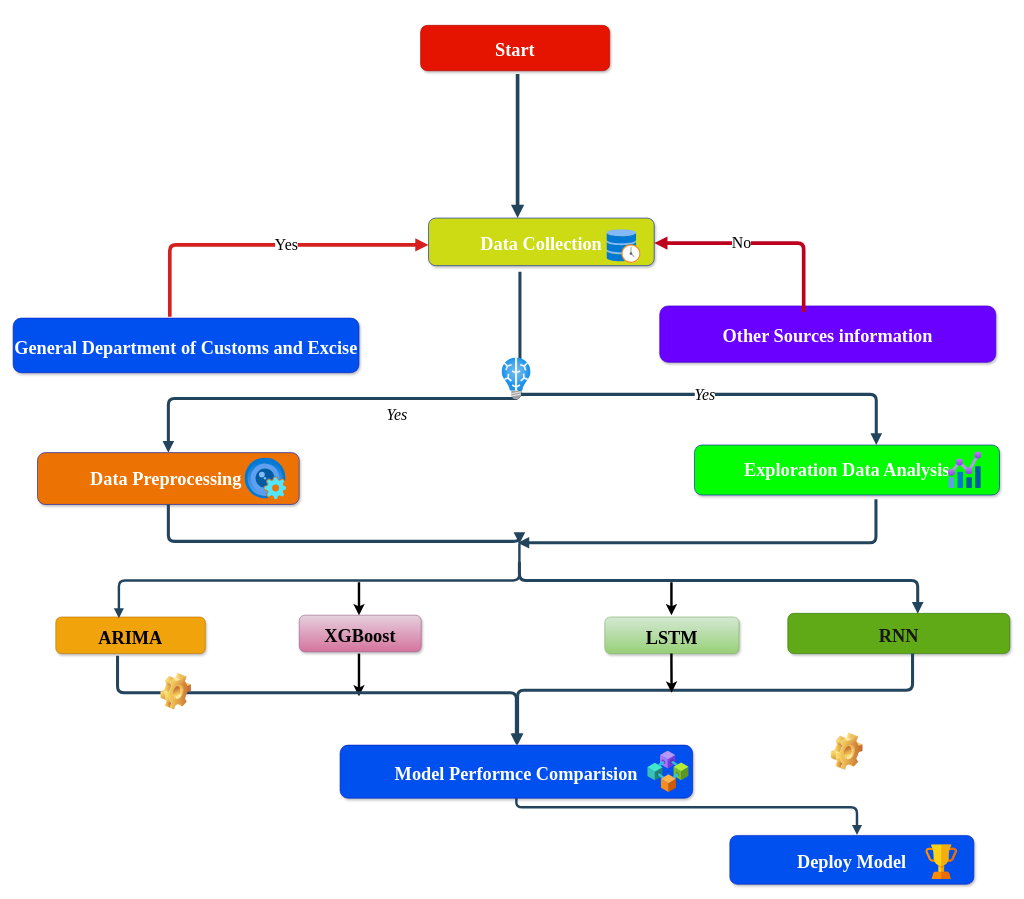
Danut168/Advertistiing-Bugdet-and-Sales keeps this draw.io diagram as page "Page-1" (1 of 3) of Untitled Diagram.drawio. Above is the earlier version. Source tidied: cells renumbered, new cells numbered last; positions are measured from the earlier drawing's top-left corner, leaving out a move shared by most shapes. Both pictures are drawn from the tidied source at 61%, with x=0, y=0 at pixel (13, 25).
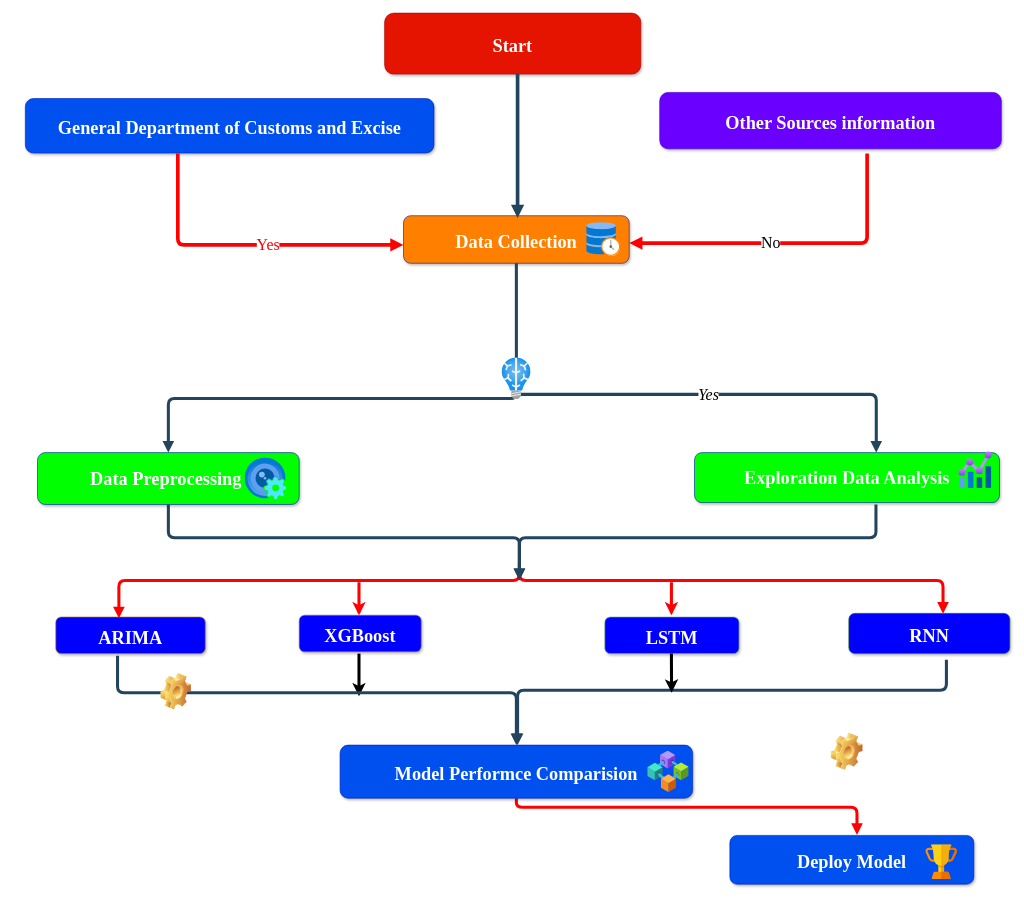
The same diagram, later.

Unchanged cells that the change refers to:
```xml
<mxCell id="20" value="Model Performce Comparision" style="rounded=1;fillColor=#0050ef;strokeColor=#001DBC;shadow=1;fontStyle=1;fontColor=#ffffff;fontSize=30;fontFamily=Times New Roman;" parent="1" vertex="1">
  <mxGeometry x="536" y="1180" width="578" height="87" as="geometry" />
</mxCell>
```

Change to the diagram source:
```diff
@@
     <mxCell id="2" value="General Department of Customs and Excise" style="rounded=1;fillColor=#0050ef;strokeColor=#001DBC;shadow=1;fontStyle=1;fontColor=#ffffff;fontSize=30;fontFamily=Times New Roman;" parent="1" vertex="1">
-      <mxGeometry y="480" width="567" height="89.5" as="geometry" />
+      <mxGeometry x="20" y="120" width="670" height="89.5" as="geometry" />
     </mxCell>
-    <mxCell id="3" value="ARIMA" style="rounded=1;fillColor=#f0a30a;strokeColor=#BD7000;shadow=1;fontStyle=1;fontColor=#000000;fontSize=30;fontFamily=Times New Roman;" parent="1" vertex="1">
+    <mxCell id="3" value="ARIMA" style="rounded=1;fillColor=#0000ff;strokeColor=#BD7000;shadow=1;fontStyle=1;fontColor=#ffffff;fontSize=30;fontFamily=Times New Roman;" parent="1" vertex="1">
       <mxGeometry x="70" y="970" width="245" height="60" as="geometry" />
     </mxCell>
-    <mxCell id="4" value="RNN" style="rounded=1;fillColor=#60a917;strokeColor=#2D7600;shadow=1;fontStyle=1;fontColor=#181616;fontSize=30;fontFamily=Times New Roman;" parent="1" vertex="1">
-      <mxGeometry x="1270" y="964" width="364" height="66" as="geometry" />
+    <mxCell id="4" value="RNN" style="rounded=1;fillColor=#0000ff;strokeColor=#2D7600;shadow=1;fontStyle=1;fontColor=#ffffff;fontSize=30;fontFamily=Times New Roman;" parent="1" vertex="1">
+      <mxGeometry x="1370" y="964" width="264" height="66" as="geometry" />
     </mxCell>
@@
     <mxCell id="6" value="Start" style="rounded=1;shadow=1;fontStyle=1;fontSize=30;fillColor=#e51400;fillStyle=auto;fontFamily=Times New Roman;fontColor=#ffffff;strokeColor=#B20000;" parent="1" vertex="1">
-      <mxGeometry x="668" width="310" height="74.5" as="geometry" />
+      <mxGeometry x="609" y="-20" width="420" height="100" as="geometry" />
     </mxCell>
-    <mxCell id="7" value="Data Collection" style="rounded=1;fillColor=#ccdb13;strokeColor=#001DBC;shadow=1;fontStyle=1;fontColor=#ffffff;fontSize=30;fontFamily=Times New Roman;" parent="1" vertex="1">
-      <mxGeometry x="681" y="316" width="370" height="78" as="geometry" />
+    <mxCell id="7" value="Data Collection" style="rounded=1;fillColor=#ff8000;strokeColor=#001DBC;shadow=1;fontStyle=1;fontColor=#ffffff;fontSize=30;fontFamily=Times New Roman;" parent="1" vertex="1">
+      <mxGeometry x="640" y="312.1" width="370" height="78" as="geometry" />
     </mxCell>
     <mxCell id="8" value="Other Sources information" style="rounded=1;fillColor=#6a00ff;strokeColor=#3700CC;shadow=1;fontStyle=1;fontColor=#ffffff;fontSize=30;fontFamily=Times New Roman;" parent="1" vertex="1">
-      <mxGeometry x="1060" y="460" width="551" height="92.5" as="geometry" />
+      <mxGeometry x="1060" y="110" width="560" height="92.5" as="geometry" />
     </mxCell>
@@
-    <mxCell id="10" style="edgeStyle=elbowEdgeStyle;elbow=vertical;strokeWidth=6;endArrow=block;endFill=1;fontStyle=1;strokeColor=#bd001c;flowAnimation=1;fillColor=#0050ef;" parent="1" edge="1" target="7">
+    <mxCell id="10" style="edgeStyle=elbowEdgeStyle;elbow=vertical;strokeWidth=6;endArrow=block;endFill=1;fontStyle=1;strokeColor=#ff0000;flowAnimation=1;fillColor=#0050ef;" parent="1" edge="1" target="7">
       <mxGeometry x="22" y="165.5" as="geometry">
-        <mxPoint x="1296" y="470" as="sourcePoint" />
+        <mxPoint x="1400" y="210" as="sourcePoint" />
         <Array as="points">
           <mxPoint x="1141" y="357" />
         </Array>
       </mxGeometry>
     </mxCell>
@@
-    <mxCell id="12" style="edgeStyle=elbowEdgeStyle;elbow=vertical;strokeWidth=6;endArrow=block;endFill=1;fontStyle=1;strokeColor=#d61f1f;flowAnimation=1;shadow=0;textShadow=0;exitX=0.453;exitY=-0.025;exitDx=0;exitDy=0;exitPerimeter=0;" parent="1" edge="1" source="2" target="7">
+    <mxCell id="12" style="edgeStyle=elbowEdgeStyle;elbow=vertical;strokeWidth=6;endArrow=block;endFill=1;fontStyle=1;strokeColor=#ff0000;flowAnimation=1;shadow=0;textShadow=0;" parent="1" edge="1" target="7">
       <mxGeometry x="22" y="165.5" as="geometry">
+        <mxPoint x="270" y="210" as="sourcePoint" />
         <Array as="points">
           <mxPoint x="608" y="360" />
           <mxPoint x="580" y="363" />
           <mxPoint x="832" y="470" />
         </Array>
       </mxGeometry>
     </mxCell>
-    <mxCell id="13" value="&lt;font style=&quot;font-size: 26px;&quot; face=&quot;Times New Roman&quot;&gt;Yes&lt;/font&gt;" style="edgeLabel;html=1;align=center;verticalAlign=middle;" parent="12" vertex="1">
+    <mxCell id="13" value="&lt;font color=&quot;#ff0000&quot; style=&quot;font-size: 26px;&quot; face=&quot;Times New Roman&quot;&gt;Yes&lt;/font&gt;" style="edgeLabel;html=1;align=center;verticalAlign=middle;" parent="12" vertex="1">
       <mxGeometry relative="1" as="geometry">
         <mxPoint x="37" y="-1" as="offset" />
       </mxGeometry>
     </mxCell>
-    <mxCell id="14" style="edgeStyle=elbowEdgeStyle;elbow=vertical;strokeWidth=4;endArrow=block;endFill=1;fontStyle=1;strokeColor=#23445D;flowAnimation=1;entryX=0.422;entryY=0.035;entryDx=0;entryDy=0;entryPerimeter=0;" parent="1" edge="1" target="3">
+    <mxCell id="14" style="edgeStyle=elbowEdgeStyle;elbow=vertical;strokeWidth=5;endArrow=block;endFill=1;fontStyle=1;strokeColor=#ff0000;flowAnimation=1;entryX=0.422;entryY=0.035;entryDx=0;entryDy=0;entryPerimeter=0;" parent="1" edge="1" target="3">
       <mxGeometry x="22" y="165.5" as="geometry">
         <mxPoint x="830" y="849" as="sourcePoint" />
         <Array as="points">
           <mxPoint x="500" y="910" />
         </Array>
       </mxGeometry>
     </mxCell>
-    <mxCell id="15" style="edgeStyle=elbowEdgeStyle;elbow=vertical;strokeWidth=4;endArrow=block;endFill=1;fontStyle=1;strokeColor=#23445D;flowAnimation=1;entryX=0.586;entryY=-0.009;entryDx=0;entryDy=0;entryPerimeter=0;exitX=0.5;exitY=1;exitDx=0;exitDy=0;" parent="1" edge="1" source="20">
+    <mxCell id="15" style="edgeStyle=elbowEdgeStyle;elbow=vertical;strokeWidth=5;endArrow=block;endFill=1;fontStyle=1;strokeColor=#ff0000;flowAnimation=1;entryX=0.586;entryY=-0.009;entryDx=0;entryDy=0;entryPerimeter=0;exitX=0.5;exitY=1;exitDx=0;exitDy=0;" parent="1" edge="1" source="20">
       <mxGeometry x="22" y="165.5" as="geometry">
         <mxPoint x="1383.4" y="1327.3" as="targetPoint" />
         <Array as="points">
           <mxPoint x="933" y="1282" />
           <mxPoint x="1054" y="1257" />
         </Array>
       </mxGeometry>
     </mxCell>
-    <mxCell id="16" value="&lt;font style=&quot;font-size: 30px;&quot;&gt;Data Preprocessing&amp;nbsp;&lt;/font&gt;" style="whiteSpace=wrap;html=1;fontSize=25;fillColor=#eb7203;strokeColor=#001DBC;fontColor=#ffffff;rounded=1;shadow=1;fontStyle=1;fontFamily=Times New Roman;" parent="1" vertex="1">
+    <mxCell id="16" value="&lt;font style=&quot;font-size: 30px;&quot;&gt;Data Preprocessing&amp;nbsp;&lt;/font&gt;" style="whiteSpace=wrap;html=1;fontSize=25;fillColor=#00ff00;strokeColor=#001DBC;fontColor=#ffffff;rounded=1;shadow=1;fontStyle=1;fontFamily=Times New Roman;" parent="1" vertex="1">
       <mxGeometry x="40" y="700.5" width="429" height="85" as="geometry" />
     </mxCell>
-    <mxCell id="17" value="XGBoost" style="rounded=1;fillColor=#e6d0de;strokeColor=#996185;shadow=1;gradientColor=#d5739d;fontStyle=1;fontSize=30;fontFamily=Times New Roman;" parent="1" vertex="1">
+    <mxCell id="17" value="XGBoost" style="rounded=1;fillColor=#0000ff;strokeColor=#996185;shadow=1;gradientColor=none;fontStyle=1;fontSize=30;fontFamily=Times New Roman;fontColor=#ffffff;" parent="1" vertex="1">
       <mxGeometry x="469" y="967" width="200" height="60" as="geometry" />
     </mxCell>
-    <mxCell id="18" value="LSTM" style="rounded=1;fillColor=#d5e8d4;strokeColor=#82b366;shadow=1;gradientColor=#97d077;fontStyle=1;fontSize=30;fontFamily=Times New Roman;" parent="1" vertex="1">
+    <mxCell id="18" value="LSTM" style="rounded=1;fillColor=#0000ff;strokeColor=#82b366;shadow=1;gradientColor=none;fontStyle=1;fontSize=30;fontFamily=Times New Roman;fontColor=#ffffff;" parent="1" vertex="1">
       <mxGeometry x="970" y="970" width="220" height="60" as="geometry" />
     </mxCell>
-    <mxCell id="19" style="edgeStyle=orthogonalEdgeStyle;rounded=0;orthogonalLoop=1;jettySize=auto;html=1;strokeWidth=4;flowAnimation=1;" parent="1" edge="1">
+    <mxCell id="19" style="edgeStyle=orthogonalEdgeStyle;rounded=0;orthogonalLoop=1;jettySize=auto;html=1;strokeWidth=5;flowAnimation=1;" parent="1" edge="1">
       <mxGeometry relative="1" as="geometry">
         <mxPoint x="567" y="1030" as="sourcePoint" />
         <mxPoint x="567" y="1100" as="targetPoint" />
         <Array as="points">
           <mxPoint x="567" y="1060" />
           <mxPoint x="567" y="1060" />
         </Array>
       </mxGeometry>
     </mxCell>
@@
-    <mxCell id="21" style="edgeStyle=elbowEdgeStyle;elbow=vertical;strokeWidth=5;endArrow=block;endFill=1;fontStyle=1;strokeColor=#23445D;flowAnimation=1;entryX=0.585;entryY=0.01;entryDx=0;entryDy=0;entryPerimeter=0;" parent="1" edge="1" target="4">
+    <mxCell id="21" style="edgeStyle=elbowEdgeStyle;elbow=vertical;strokeWidth=5;endArrow=block;endFill=1;fontStyle=1;strokeColor=#ff0000;flowAnimation=1;entryX=0.585;entryY=0.01;entryDx=0;entryDy=0;entryPerimeter=0;" parent="1" edge="1" target="4">
       <mxGeometry x="22" y="165.5" as="geometry">
         <mxPoint x="830" y="880" as="sourcePoint" />
         <Array as="points">
           <mxPoint x="1160" y="910" />
         </Array>
       </mxGeometry>
     </mxCell>
-    <mxCell id="22" style="edgeStyle=elbowEdgeStyle;elbow=vertical;strokeWidth=5;endArrow=block;endFill=1;fontStyle=1;strokeColor=#23445D;flowAnimation=1;exitX=0.405;exitY=1.128;exitDx=0;exitDy=0;entryX=0.5;entryY=0;entryDx=0;entryDy=0;exitPerimeter=0;" parent="1" edge="1" source="7" target="16">
+    <mxCell id="22" style="edgeStyle=elbowEdgeStyle;elbow=vertical;strokeWidth=5;endArrow=block;endFill=1;fontStyle=1;strokeColor=#23445D;flowAnimation=1;exitX=0.5;exitY=1;exitDx=0;exitDy=0;entryX=0.5;entryY=0;entryDx=0;entryDy=0;" parent="1" edge="1" source="7" target="16">
       <mxGeometry x="22" y="165.5" as="geometry">
         <Array as="points">
           <mxPoint x="733" y="611.8" />
         </Array>
       </mxGeometry>
     </mxCell>
-    <mxCell id="23" value="&lt;i&gt;&lt;font style=&quot;font-size: 26px;&quot; face=&quot;Times New Roman&quot;&gt;Yes&lt;/font&gt;&lt;/i&gt;" style="edgeLabel;html=1;align=center;verticalAlign=middle;" parent="22" vertex="1">
-      <mxGeometry relative="1" as="geometry">
-        <mxPoint x="26" y="26" as="offset" />
-      </mxGeometry>
-    </mxCell>
     <mxCell id="24" value="&lt;font style=&quot;font-size: 30px;&quot;&gt;Exploration Data Analysis&lt;/font&gt;" style="whiteSpace=wrap;html=1;fontSize=25;fillColor=#00ff00;strokeColor=#001DBC;fontColor=#ffffff;rounded=1;shadow=1;fontStyle=1;fontFamily=Times New Roman;" parent="1" vertex="1">
-      <mxGeometry x="1117" y="688" width="500" height="82" as="geometry" />
+      <mxGeometry x="1117" y="700.5" width="500" height="82" as="geometry" />
     </mxCell>
@@
     <mxCell id="27" style="edgeStyle=elbowEdgeStyle;elbow=vertical;strokeWidth=5;endArrow=block;endFill=1;fontStyle=1;strokeColor=#23445D;flowAnimation=1;exitX=0.5;exitY=1;exitDx=0;exitDy=0;" parent="1" edge="1" source="16">
       <mxGeometry x="22" y="165.5" as="geometry">
-        <mxPoint x="830" y="850" as="targetPoint" />
+        <mxPoint x="830" y="910" as="targetPoint" />
         <Array as="points">
-          <mxPoint x="80" y="846" />
+          <mxPoint x="540" y="840" />
         </Array>
       </mxGeometry>
     </mxCell>
@@
     <mxCell id="31" style="edgeStyle=elbowEdgeStyle;elbow=vertical;strokeWidth=5;endArrow=block;endFill=1;fontStyle=1;strokeColor=#23445D;flowAnimation=1;exitX=0.601;exitY=1.045;exitDx=0;exitDy=0;exitPerimeter=0;" parent="1" edge="1">
       <mxGeometry x="22" y="165.5" as="geometry">
-        <mxPoint x="1414.5" y="777" as="sourcePoint" />
-        <mxPoint x="827" y="848.3" as="targetPoint" />
+        <mxPoint x="1414.5" y="785.5" as="sourcePoint" />
+        <mxPoint x="830" y="909" as="targetPoint" />
         <Array as="points">
-          <mxPoint x="1099.1" y="848.3" />
+          <mxPoint x="1120" y="840" />
         </Array>
       </mxGeometry>
     </mxCell>
@@
     <mxCell id="33" style="image;html=1;align=center;fontSize=12;image=img/lib/azure2/other/Defender_Historian.svg;" parent="1" vertex="1">
-      <mxGeometry x="973.2" y="335" width="55.8" height="55" as="geometry" />
+      <mxGeometry x="940" y="323.5" width="55.8" height="55" as="geometry" />
     </mxCell>
     <mxCell id="34" style="image;html=1;align=center;fontSize=12;image=img/lib/azure2/management_governance/Metrics.svg;" parent="1" vertex="1">
-      <mxGeometry x="1533" y="695" width="54.8" height="68" as="geometry" />
+      <mxGeometry x="1550" y="695" width="54.8" height="68" as="geometry" />
     </mxCell>
@@
-    <mxCell id="39" style="edgeStyle=elbowEdgeStyle;elbow=vertical;strokeWidth=5;endArrow=block;endFill=1;fontStyle=1;strokeColor=#23445D;flowAnimation=1;exitX=0.601;exitY=1.045;exitDx=0;exitDy=0;exitPerimeter=0;" parent="1" edge="1">
+    <mxCell id="39" style="edgeStyle=elbowEdgeStyle;elbow=vertical;strokeWidth=5;endArrow=block;endFill=1;fontStyle=1;strokeColor=#23445D;flowAnimation=1;" parent="1" edge="1">
       <mxGeometry x="22" y="165.5" as="geometry">
-        <mxPoint x="1474.5" y="1030" as="sourcePoint" />
+        <mxPoint x="1530" y="1040" as="sourcePoint" />
         <mxPoint x="827" y="1180" as="targetPoint" />
         <Array as="points">
           <mxPoint x="1150" y="1090" />
         </Array>
       </mxGeometry>
     </mxCell>
-    <mxCell id="40" style="edgeStyle=orthogonalEdgeStyle;rounded=0;orthogonalLoop=1;jettySize=auto;html=1;strokeWidth=4;flowAnimation=1;" parent="1" edge="1">
+    <mxCell id="40" style="edgeStyle=orthogonalEdgeStyle;rounded=0;orthogonalLoop=1;jettySize=auto;html=1;strokeWidth=5;flowAnimation=1;" parent="1" edge="1">
       <mxGeometry relative="1" as="geometry">
         <mxPoint x="1079.2" y="1030" as="sourcePoint" />
         <mxPoint x="1079.5" y="1094" as="targetPoint" />
         <Array as="points">
           <mxPoint x="1079.5" y="1044" />
           <mxPoint x="1079.5" y="1044" />
         </Array>
       </mxGeometry>
     </mxCell>
-    <mxCell id="41" style="edgeStyle=orthogonalEdgeStyle;rounded=0;orthogonalLoop=1;jettySize=auto;html=1;strokeWidth=4;flowAnimation=1;" parent="1" edge="1">
+    <mxCell id="41" style="edgeStyle=orthogonalEdgeStyle;rounded=0;orthogonalLoop=1;jettySize=auto;html=1;strokeWidth=5;flowAnimation=1;strokeColor=#ff0000;" parent="1" edge="1">
       <mxGeometry relative="1" as="geometry">
         <mxPoint x="1079.2" y="913" as="sourcePoint" />
         <mxPoint x="1079.2" y="967" as="targetPoint" />
         <Array as="points">
           <mxPoint x="1079.2" y="963" />
           <mxPoint x="1079.2" y="963" />
         </Array>
       </mxGeometry>
     </mxCell>
-    <mxCell id="42" style="edgeStyle=orthogonalEdgeStyle;rounded=0;orthogonalLoop=1;jettySize=auto;html=1;strokeWidth=4;flowAnimation=1;" parent="1" edge="1">
+    <mxCell id="42" style="edgeStyle=orthogonalEdgeStyle;rounded=0;orthogonalLoop=1;jettySize=auto;html=1;strokeWidth=5;flowAnimation=1;strokeColor=#ff0000;" parent="1" edge="1">
       <mxGeometry relative="1" as="geometry">
         <mxPoint x="567" y="913" as="sourcePoint" />
         <mxPoint x="567" y="967" as="targetPoint" />
         <Array as="points">
           <mxPoint x="567" y="963" />
           <mxPoint x="567" y="963" />
         </Array>
       </mxGeometry>
     </mxCell>
```
